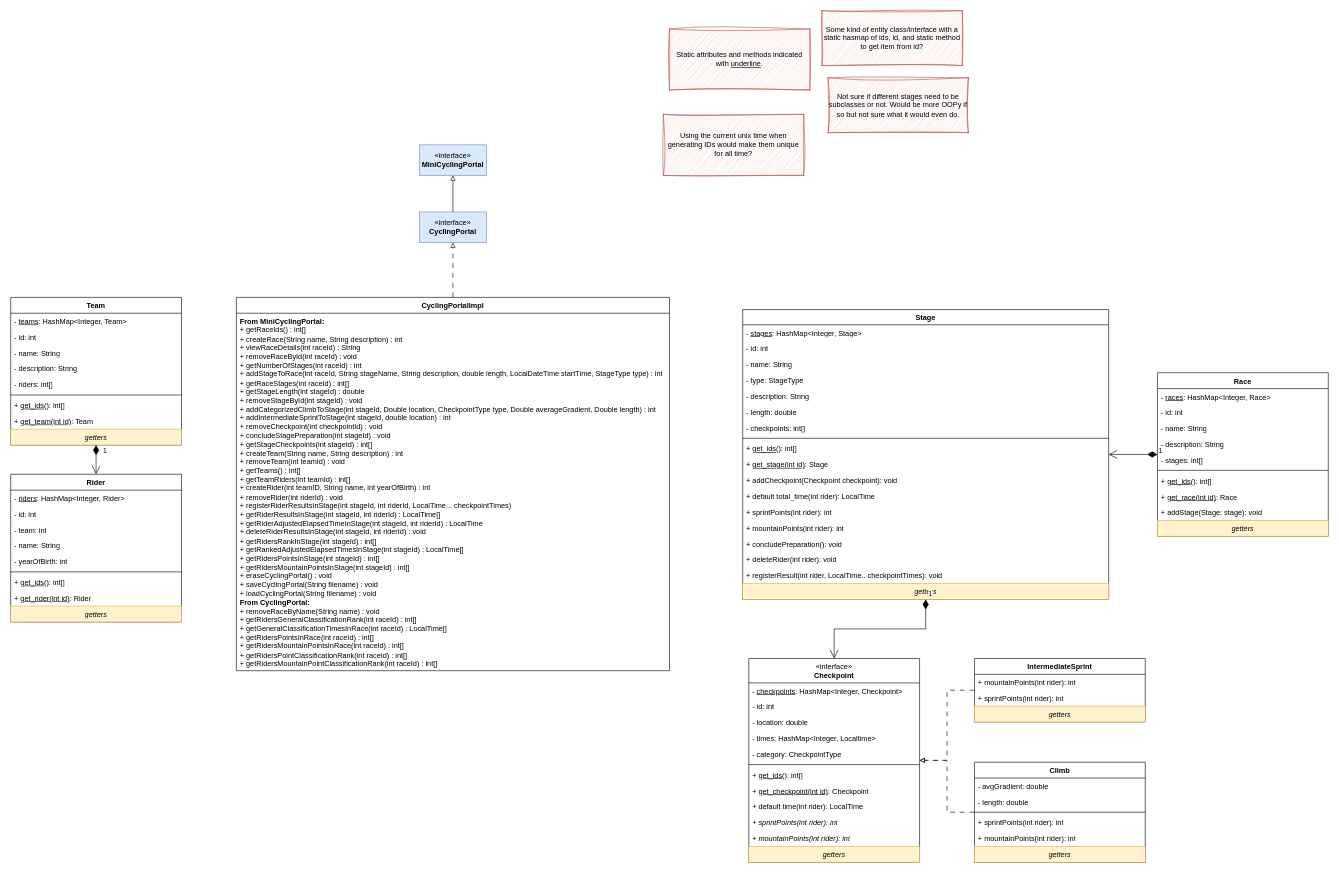
Above: UML.drawio in edf1101/Cycling-Manager-Coursework (draw.io), before the change. Source tidied: cells renumbered, new cells numbered last; positions are measured from the earlier drawing's top-left corner, leaving out a move shared by most shapes. Both pictures are drawn from the tidied source at 61%, with x=0, y=0 at pixel (10, 10).
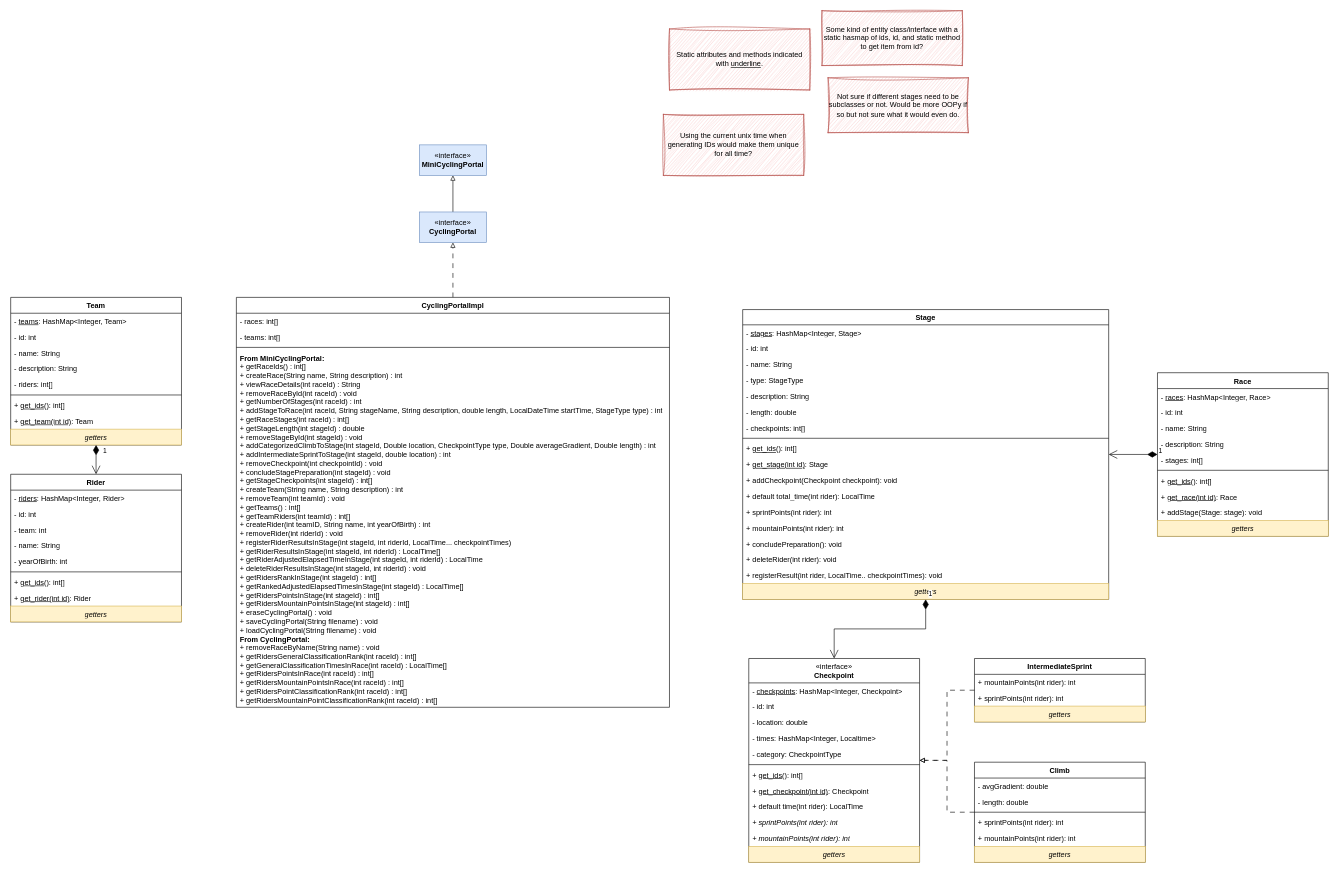
The same page after the edit.

Commit message (it also covers changes not shown here):
Add races and teams to portal

Change to the diagram source:
```diff
@@
     <mxCell id="6" value="CyclingPortalImpl" style="swimlane;fontStyle=1;align=center;verticalAlign=top;horizontal=1;startSize=26;whiteSpace=wrap;html=1;" parent="1" vertex="1">
-      <mxGeometry x="370" y="470" width="710" height="612" as="geometry" />
+      <mxGeometry x="370" y="470" width="710" height="672" as="geometry" />
     </mxCell>
+    <mxCell id="92" value="- races: int[]" style="text;strokeColor=none;fillColor=none;align=left;verticalAlign=top;spacingLeft=4;spacingRight=4;overflow=hidden;whiteSpace=wrap;html=1;" parent="6" vertex="1">
+      <mxGeometry y="26" width="710" height="26" as="geometry" />
+    </mxCell>
+    <mxCell id="93" value="- teams: int[]" style="text;strokeColor=none;fillColor=none;align=left;verticalAlign=top;spacingLeft=4;spacingRight=4;overflow=hidden;whiteSpace=wrap;html=1;" parent="6" vertex="1">
+      <mxGeometry y="52" width="710" height="26" as="geometry" />
+    </mxCell>
+    <mxCell id="94" style="line;strokeWidth=1;fillColor=none;align=left;verticalAlign=middle;spacingTop=-1;spacingLeft=3;spacingRight=3;labelPosition=right;strokeColor=inherit;" parent="6" vertex="1">
+      <mxGeometry y="78" width="710" height="8" as="geometry" />
+    </mxCell>
     <mxCell id="7" value="&lt;b&gt;From MiniCyclingPortal:&lt;/b&gt;&lt;br&gt;+&amp;nbsp;getRaceIds() : int[]&lt;div&gt;+&amp;nbsp;createRace(String name, String description) : int&lt;/div&gt;&lt;div&gt;+&amp;nbsp;viewRaceDetails(int raceId) : String&lt;/div&gt;&lt;div&gt;+&amp;nbsp;removeRaceById(int raceId) : void&lt;/div&gt;&lt;div&gt;+ getNumberOfStages(int raceId) : int&lt;/div&gt;&lt;div&gt;+&amp;nbsp;addStageToRace(int raceId, String stageName, String description, double length, LocalDateTime startTime, StageType type) : int&lt;br&gt;+&amp;nbsp;getRaceStages(int raceId) : int[]&lt;/div&gt;&lt;div&gt;+&amp;nbsp;getStageLength(int stageId) : double&lt;/div&gt;&lt;div&gt;+&amp;nbsp;removeStageById(int stageId) : void&lt;/div&gt;&lt;div&gt;+&amp;nbsp;addCategorizedClimbToStage(int stageId, Double location, CheckpointType type, Double averageGradient,&amp;nbsp;&lt;span style=&quot;background-color: initial;&quot;&gt;Double length) : int&lt;/span&gt;&lt;/div&gt;&lt;div&gt;+&amp;nbsp;addIntermediateSprintToStage(int stageId, double location) : int&lt;/div&gt;&lt;div&gt;+&amp;nbsp;removeCheckpoint(int checkpointId) : void&lt;br&gt;+&amp;nbsp;concludeStagePreparation(int stageId) : void&lt;/div&gt;&lt;div&gt;+&amp;nbsp;getStageCheckpoints(int stageId) : int[]&lt;/div&gt;&lt;div&gt;+&amp;nbsp;createTeam(String name, String description) : int&lt;/div&gt;&lt;div&gt;+&amp;nbsp;removeTeam(int teamId) : void&lt;/div&gt;&lt;div&gt;+&amp;nbsp;getTeams() : int[]&lt;/div&gt;&lt;div&gt;+&amp;nbsp;getTeamRiders(int teamId) : int[]&lt;/div&gt;&lt;div&gt;+&amp;nbsp;createRider(int teamID, String name, int yearOfBirth) : int&lt;/div&gt;&lt;div&gt;+&amp;nbsp;removeRider(int riderId) : void&lt;/div&gt;&lt;div&gt;+&amp;nbsp;registerRiderResultsInStage(int stageId, int riderId, LocalTime... checkpointTimes)&lt;br&gt;+&amp;nbsp;getRiderResultsInStage(int stageId, int riderId) : LocalTime[]&lt;/div&gt;&lt;div&gt;+&amp;nbsp;getRiderAdjustedElapsedTimeInStage(int stageId, int riderId) : LocalTime&lt;/div&gt;&lt;div&gt;+&amp;nbsp;deleteRiderResultsInStage(int stageId, int riderId) : void&lt;/div&gt;&lt;div&gt;+&amp;nbsp;getRidersRankInStage(int stageId) : int[]&lt;/div&gt;&lt;div&gt;+&amp;nbsp;getRankedAdjustedElapsedTimesInStage(int stageId) : LocalTime[]&lt;/div&gt;&lt;div&gt;+&amp;nbsp;getRidersPointsInStage(int stageId) : int[]&lt;br&gt;+&amp;nbsp;getRidersMountainPointsInStage(int stageId) : int[]&lt;/div&gt;&lt;div&gt;+&amp;nbsp;eraseCyclingPortal() : void&lt;/div&gt;&lt;div&gt;+&amp;nbsp;saveCyclingPortal(String filename) : void&lt;/div&gt;&lt;div&gt;+&amp;nbsp;loadCyclingPortal(String filename) : void&lt;/div&gt;&lt;div&gt;&lt;b&gt;From CyclingPortal:&lt;/b&gt;&lt;/div&gt;&lt;div&gt;+&amp;nbsp;removeRaceByName(String name) : void&lt;/div&gt;&lt;div&gt;+&amp;nbsp;getRidersGeneralClassificationRank(int raceId) : int[]&lt;/div&gt;&lt;div&gt;+&amp;nbsp;getGeneralClassificationTimesInRace(int raceId) : LocalTime[]&lt;/div&gt;&lt;div&gt;+&amp;nbsp;getRidersPointsInRace(int raceId) : int[]&lt;/div&gt;&lt;div&gt;+&amp;nbsp;getRidersMountainPointsInRace(int raceId) : int[]&lt;/div&gt;&lt;div&gt;+&amp;nbsp;getRidersPointClassificationRank(int raceId) : int[]&lt;/div&gt;&lt;div&gt;+&amp;nbsp;getRidersMountainPointClassificationRank(int raceId) : int[]&lt;/div&gt;" style="text;strokeColor=none;fillColor=none;align=left;verticalAlign=top;spacingLeft=4;spacingRight=4;overflow=hidden;whiteSpace=wrap;html=1;" parent="6" vertex="1">
-      <mxGeometry y="26" width="710" height="586" as="geometry" />
+      <mxGeometry y="86" width="710" height="586" as="geometry" />
     </mxCell>
```
